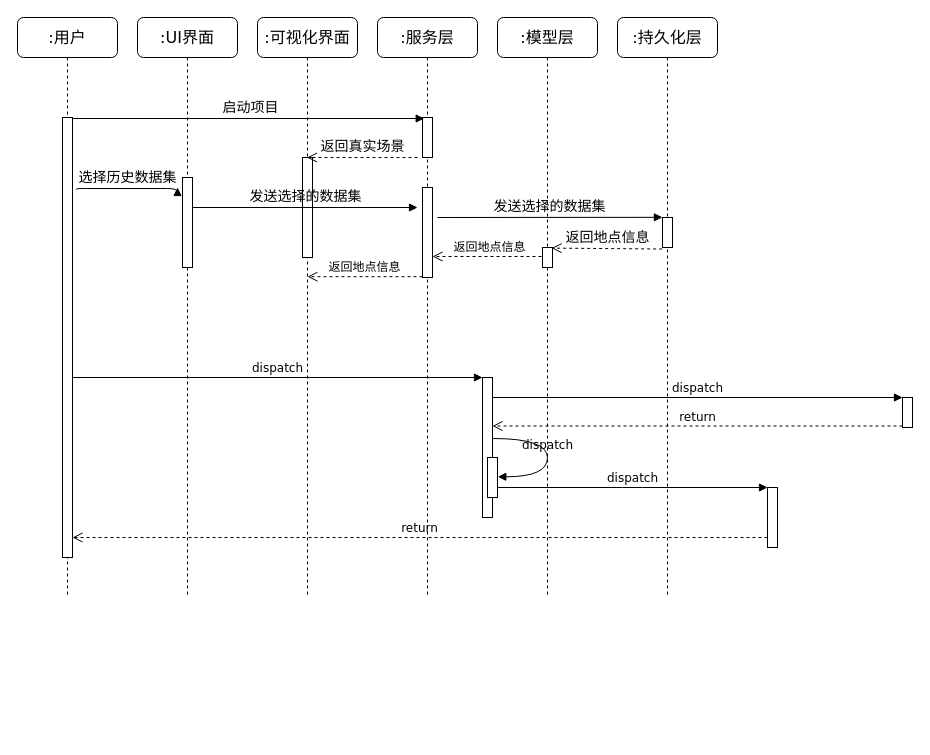
Above: graduation_project_sequence_image.drawio in Kakoyi945/cloud (draw.io), before the change. Source tidied: cells renumbered, new cells numbered last; positions are measured from the earlier drawing's top-left corner, leaving out a move shared by most shapes. Both pictures are drawn from the tidied source at 100%, with x=0, y=0 at pixel (17, 17).
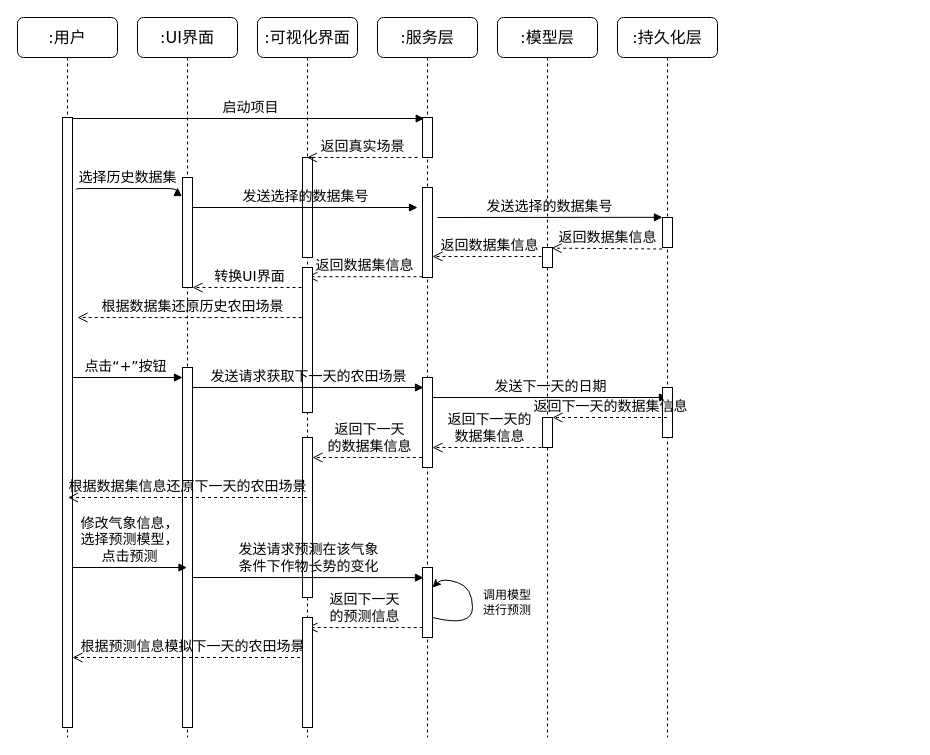
The same page after the edit.

The change refers to these unchanged cells:
```xml
<mxCell id="12" style="html=1;points=[];perimeter=orthogonalPerimeter;rounded=0;shadow=0;comic=0;labelBackgroundColor=none;strokeWidth=1;fontFamily=Verdana;fontSize=12;align=center;" parent="11" vertex="1">
  <mxGeometry x="45" y="230" width="10" height="20" as="geometry" />
</mxCell>
<mxCell id="14" style="html=1;points=[];perimeter=orthogonalPerimeter;rounded=0;shadow=0;comic=0;labelBackgroundColor=none;strokeWidth=1;fontFamily=Verdana;fontSize=12;align=center;" parent="13" vertex="1">
  <mxGeometry x="45" y="200" width="10" height="30" as="geometry" />
</mxCell>
```

Change to the diagram source:
```diff
@@
     <mxCell id="2" value="&lt;font style=&quot;font-size: 16px;&quot;&gt;:UI界面&lt;/font&gt;" style="shape=umlLifeline;perimeter=lifelinePerimeter;whiteSpace=wrap;html=1;rounded=1;shadow=0;comic=0;labelBackgroundColor=none;strokeWidth=1;fontFamily=Verdana;fontSize=12;align=center;" parent="1" vertex="1">
-      <mxGeometry x="120" width="100" height="580" as="geometry" />
+      <mxGeometry x="120" width="100" height="720" as="geometry" />
     </mxCell>
     <mxCell id="3" style="html=1;perimeter=orthogonalPerimeter;rounded=0;shadow=0;comic=0;labelBackgroundColor=none;strokeWidth=1;fontFamily=Verdana;fontSize=12;align=center;" parent="2" vertex="1">
-      <mxGeometry x="45" y="160" width="10" height="90" as="geometry" />
+      <mxGeometry x="45" y="160" width="10" height="110" as="geometry" />
     </mxCell>
+    <mxCell id="33" value="&lt;font style=&quot;font-size: 14px;&quot;&gt;转换UI界面&lt;/font&gt;" style="html=1;verticalAlign=bottom;endArrow=open;dashed=1;endSize=8;labelBackgroundColor=none;fontFamily=Verdana;fontSize=12;" parent="2" edge="1">
+      <mxGeometry relative="1" as="geometry">
+        <mxPoint x="170" y="270" as="sourcePoint" />
+        <mxPoint x="55" y="270" as="targetPoint" />
+      </mxGeometry>
+    </mxCell>
+    <mxCell id="34" value="&lt;span style=&quot;font-size: 14px;&quot;&gt;根据数据集还原历史农田场景&lt;/span&gt;" style="html=1;verticalAlign=bottom;endArrow=open;dashed=1;endSize=8;labelBackgroundColor=none;fontFamily=Verdana;fontSize=12;" parent="2" edge="1">
+      <mxGeometry relative="1" as="geometry">
+        <mxPoint x="170.2" y="300" as="sourcePoint" />
+        <mxPoint x="-60" y="300" as="targetPoint" />
+      </mxGeometry>
+    </mxCell>
+    <mxCell id="35" style="html=1;perimeter=orthogonalPerimeter;rounded=0;shadow=0;comic=0;labelBackgroundColor=none;strokeWidth=1;fontFamily=Verdana;fontSize=12;align=center;" parent="2" vertex="1">
+      <mxGeometry x="45" y="350" width="10" height="360" as="geometry" />
+    </mxCell>
+    <mxCell id="18" value="&lt;font style=&quot;font-size: 14px;&quot;&gt;点击“+”按钮&lt;/font&gt;" style="html=1;verticalAlign=bottom;endArrow=block;labelBackgroundColor=none;fontFamily=Verdana;fontSize=12;" parent="2" edge="1">
+      <mxGeometry relative="1" as="geometry">
+        <mxPoint x="-69.5" y="360" as="sourcePoint" />
+        <mxPoint x="45" y="360" as="targetPoint" />
+      </mxGeometry>
+    </mxCell>
     <mxCell id="4" value="&lt;font style=&quot;font-size: 16px;&quot;&gt;:可视化界面&lt;/font&gt;" style="shape=umlLifeline;perimeter=lifelinePerimeter;whiteSpace=wrap;html=1;outlineConnect=0;rounded=1;shadow=0;comic=0;labelBackgroundColor=none;strokeWidth=1;fontFamily=Verdana;fontSize=12;align=center;" parent="1" vertex="1">
-      <mxGeometry x="240" width="100" height="580" as="geometry" />
+      <mxGeometry x="240" width="100" height="720" as="geometry" />
     </mxCell>
@@
-    <mxCell id="6" value="返回地点信息" style="html=1;verticalAlign=bottom;endArrow=open;dashed=1;endSize=8;exitX=0;exitY=0.95;labelBackgroundColor=none;fontFamily=Verdana;fontSize=12;" parent="4" edge="1">
+    <mxCell id="6" value="&lt;font style=&quot;font-size: 14px;&quot;&gt;返回数据集信息&lt;/font&gt;" style="html=1;verticalAlign=bottom;endArrow=open;dashed=1;endSize=8;exitX=0;exitY=0.95;labelBackgroundColor=none;fontFamily=Verdana;fontSize=12;" parent="4" edge="1">
       <mxGeometry relative="1" as="geometry">
         <mxPoint x="165" y="259.2" as="sourcePoint" />
         <mxPoint x="50" y="259.2" as="targetPoint" />
       </mxGeometry>
     </mxCell>
+    <mxCell id="36" style="html=1;perimeter=orthogonalPerimeter;rounded=0;shadow=0;comic=0;labelBackgroundColor=none;strokeWidth=1;fontFamily=Verdana;fontSize=12;align=center;" parent="4" vertex="1">
+      <mxGeometry x="45" y="420" width="10" height="160" as="geometry" />
+    </mxCell>
+    <mxCell id="37" value="&lt;span style=&quot;font-size: 14px;&quot;&gt;返回下一天&lt;/span&gt;&lt;div&gt;&lt;span style=&quot;font-size: 14px;&quot;&gt;的数据集信息&lt;/span&gt;&lt;/div&gt;" style="html=1;verticalAlign=bottom;endArrow=open;dashed=1;endSize=8;labelBackgroundColor=none;fontFamily=Verdana;fontSize=12;" parent="4" edge="1">
+      <mxGeometry relative="1" as="geometry">
+        <mxPoint x="170.4" y="440" as="sourcePoint" />
+        <mxPoint x="55" y="440" as="targetPoint" />
+      </mxGeometry>
+    </mxCell>
+    <mxCell id="38" style="html=1;perimeter=orthogonalPerimeter;rounded=0;shadow=0;comic=0;labelBackgroundColor=none;strokeWidth=1;fontFamily=Verdana;fontSize=12;align=center;" parent="4" vertex="1">
+      <mxGeometry x="45" y="250" width="10" height="145" as="geometry" />
+    </mxCell>
+    <mxCell id="39" value="&lt;font style=&quot;font-size: 14px;&quot;&gt;发送请求获取下一天的农田场景&lt;/font&gt;" style="html=1;verticalAlign=bottom;endArrow=block;labelBackgroundColor=none;fontFamily=Verdana;fontSize=12;entryX=0.067;entryY=0.244;entryDx=0;entryDy=0;entryPerimeter=0;" parent="4" edge="1">
+      <mxGeometry relative="1" as="geometry">
+        <mxPoint x="-65" y="370" as="sourcePoint" />
+        <mxPoint x="166" y="370" as="targetPoint" />
+      </mxGeometry>
+    </mxCell>
+    <mxCell id="40" value="&lt;span style=&quot;font-size: 14px;&quot;&gt;返回下一天&lt;/span&gt;&lt;div&gt;&lt;span style=&quot;font-size: 14px;&quot;&gt;的预测信息&lt;/span&gt;&lt;/div&gt;" style="html=1;verticalAlign=bottom;endArrow=open;dashed=1;endSize=8;labelBackgroundColor=none;fontFamily=Verdana;fontSize=12;" parent="4" edge="1">
+      <mxGeometry relative="1" as="geometry">
+        <mxPoint x="165.2" y="610" as="sourcePoint" />
+        <mxPoint x="50" y="610" as="targetPoint" />
+      </mxGeometry>
+    </mxCell>
     <mxCell id="7" value="&lt;font style=&quot;font-size: 16px;&quot;&gt;:服务层&lt;/font&gt;" style="shape=umlLifeline;perimeter=lifelinePerimeter;whiteSpace=wrap;html=1;rounded=1;shadow=0;comic=0;labelBackgroundColor=none;strokeWidth=1;fontFamily=Verdana;fontSize=12;align=center;" parent="1" vertex="1">
-      <mxGeometry x="360" width="100" height="580" as="geometry" />
+      <mxGeometry x="360" width="100" height="720" as="geometry" />
     </mxCell>
@@
-    <mxCell id="10" value="返回地点信息" style="html=1;verticalAlign=bottom;endArrow=open;dashed=1;endSize=8;exitX=0;exitY=0.95;labelBackgroundColor=none;fontFamily=Verdana;fontSize=12;" parent="7" edge="1">
+    <mxCell id="10" value="&lt;font style=&quot;font-size: 14px;&quot;&gt;返回数据集信息&lt;/font&gt;" style="html=1;verticalAlign=bottom;endArrow=open;dashed=1;endSize=8;exitX=0;exitY=0.95;labelBackgroundColor=none;fontFamily=Verdana;fontSize=12;" parent="7" edge="1">
       <mxGeometry relative="1" as="geometry">
         <mxPoint x="170" y="239" as="sourcePoint" />
         <mxPoint x="55" y="239" as="targetPoint" />
       </mxGeometry>
     </mxCell>
+    <mxCell id="41" style="html=1;perimeter=orthogonalPerimeter;rounded=0;shadow=0;comic=0;labelBackgroundColor=none;strokeWidth=1;fontFamily=Verdana;fontSize=12;align=center;" parent="7" vertex="1">
+      <mxGeometry x="45" y="360" width="10" height="90" as="geometry" />
+    </mxCell>
+    <mxCell id="42" value="&lt;font style=&quot;font-size: 14px;&quot;&gt;发送下一天的日期&lt;/font&gt;" style="html=1;verticalAlign=bottom;endArrow=block;labelBackgroundColor=none;fontFamily=Verdana;fontSize=12;entryX=0.5;entryY=0.2;entryDx=0;entryDy=0;entryPerimeter=0;" parent="7" edge="1" target="48">
+      <mxGeometry relative="1" as="geometry">
+        <mxPoint x="55" y="380" as="sourcePoint" />
+      </mxGeometry>
+    </mxCell>
+    <mxCell id="43" style="html=1;points=[];perimeter=orthogonalPerimeter;rounded=0;shadow=0;comic=0;labelBackgroundColor=none;strokeWidth=1;fontFamily=Verdana;fontSize=12;align=center;" parent="7" vertex="1">
+      <mxGeometry x="45" y="550" width="10" height="70" as="geometry" />
+    </mxCell>
+    <mxCell id="44" style="curved=1;endArrow=classic;html=1;rounded=0;" parent="7" edge="1">
+      <mxGeometry relative="1" as="geometry">
+        <mxPoint x="55" y="600" as="sourcePoint" />
+        <mxPoint x="55" y="570" as="targetPoint" />
+        <Array as="points">
+          <mxPoint x="95" y="610" />
+          <mxPoint x="95" y="570" />
+          <mxPoint x="65" y="560" />
+        </Array>
+      </mxGeometry>
+    </mxCell>
+    <mxCell id="45" value="&lt;span style=&quot;font-size: 14px;&quot;&gt;返回下一天的&lt;/span&gt;&lt;div&gt;&lt;span style=&quot;font-size: 14px;&quot;&gt;数据集信息&lt;/span&gt;&lt;/div&gt;" style="html=1;verticalAlign=bottom;endArrow=open;dashed=1;endSize=8;labelBackgroundColor=none;fontFamily=Verdana;fontSize=12;" parent="7" edge="1">
+      <mxGeometry relative="1" as="geometry">
+        <mxPoint x="170" y="430" as="sourcePoint" />
+        <mxPoint x="55" y="430" as="targetPoint" />
+      </mxGeometry>
+    </mxCell>
     <mxCell id="11" value="&lt;font style=&quot;font-size: 16px;&quot;&gt;:模型层&lt;/font&gt;" style="shape=umlLifeline;perimeter=lifelinePerimeter;whiteSpace=wrap;html=1;rounded=1;shadow=0;comic=0;labelBackgroundColor=none;strokeWidth=1;fontFamily=Verdana;fontSize=12;align=center;" parent="1" vertex="1">
-      <mxGeometry x="480" width="100" height="580" as="geometry" />
+      <mxGeometry x="480" width="100" height="720" as="geometry" />
     </mxCell>
@@
+    <mxCell id="46" value="调用模型进行预测" style="text;html=1;align=center;verticalAlign=middle;whiteSpace=wrap;rounded=0;" parent="11" vertex="1">
+      <mxGeometry x="-20" y="570" width="60" height="30" as="geometry" />
+    </mxCell>
+    <mxCell id="47" style="html=1;points=[];perimeter=orthogonalPerimeter;rounded=0;shadow=0;comic=0;labelBackgroundColor=none;strokeWidth=1;fontFamily=Verdana;fontSize=12;align=center;" parent="11" vertex="1">
+      <mxGeometry x="45" y="400" width="10" height="30" as="geometry" />
+    </mxCell>
     <mxCell id="13" value="&lt;font style=&quot;font-size: 16px;&quot;&gt;:持久化层&lt;/font&gt;" style="shape=umlLifeline;perimeter=lifelinePerimeter;whiteSpace=wrap;html=1;outlineConnect=0;rounded=1;shadow=0;comic=0;labelBackgroundColor=none;strokeWidth=1;fontFamily=Verdana;fontSize=12;align=center;" parent="1" vertex="1">
-      <mxGeometry x="600" width="100" height="580" as="geometry" />
+      <mxGeometry x="600" width="100" height="720" as="geometry" />
     </mxCell>
@@
+    <mxCell id="48" style="html=1;points=[];perimeter=orthogonalPerimeter;rounded=0;shadow=0;comic=0;labelBackgroundColor=none;strokeWidth=1;fontFamily=Verdana;fontSize=12;align=center;" parent="13" vertex="1">
+      <mxGeometry x="45" y="370" width="10" height="50" as="geometry" />
+    </mxCell>
     <mxCell id="15" value="&lt;font style=&quot;font-size: 16px;&quot;&gt;:用户&lt;/font&gt;" style="shape=umlLifeline;perimeter=lifelinePerimeter;whiteSpace=wrap;html=1;rounded=1;shadow=0;comic=0;labelBackgroundColor=none;strokeWidth=1;fontFamily=Verdana;fontSize=12;align=center;" parent="1" vertex="1">
-      <mxGeometry width="100" height="580" as="geometry" />
+      <mxGeometry width="100" height="720" as="geometry" />
     </mxCell>
     <mxCell id="16" style="html=1;points=[];perimeter=orthogonalPerimeter;rounded=0;shadow=0;comic=0;labelBackgroundColor=none;strokeWidth=1;fontFamily=Verdana;fontSize=12;align=center;" parent="15" vertex="1">
-      <mxGeometry x="45" y="100" width="10" height="440" as="geometry" />
+      <mxGeometry x="45" y="100" width="10" height="610" as="geometry" />
     </mxCell>
-    <mxCell id="17" style="html=1;points=[];perimeter=orthogonalPerimeter;rounded=0;shadow=0;comic=0;labelBackgroundColor=none;strokeWidth=1;fontFamily=Verdana;fontSize=12;align=center;" parent="1" vertex="1">
-      <mxGeometry x="465" y="360" width="10" height="140" as="geometry" />
-    </mxCell>
-    <mxCell id="18" value="dispatch" style="html=1;verticalAlign=bottom;endArrow=block;entryX=0;entryY=0;labelBackgroundColor=none;fontFamily=Verdana;fontSize=12;" parent="1" edge="1" source="16" target="17">
-      <mxGeometry relative="1" as="geometry" />
-    </mxCell>
-    <mxCell id="19" style="html=1;points=[];perimeter=orthogonalPerimeter;rounded=0;shadow=0;comic=0;labelBackgroundColor=none;strokeColor=#000000;strokeWidth=1;fillColor=#FFFFFF;fontFamily=Verdana;fontSize=12;fontColor=#000000;align=center;" parent="1" vertex="1">
-      <mxGeometry x="885" y="380" width="10" height="30" as="geometry" />
-    </mxCell>
-    <mxCell id="20" value="dispatch" style="html=1;verticalAlign=bottom;endArrow=block;entryX=0;entryY=0;labelBackgroundColor=none;fontFamily=Verdana;fontSize=12;" parent="1" edge="1" source="17" target="19">
-      <mxGeometry relative="1" as="geometry" />
-    </mxCell>
-    <mxCell id="21" value="return" style="html=1;verticalAlign=bottom;endArrow=open;dashed=1;endSize=8;exitX=0;exitY=0.95;labelBackgroundColor=none;fontFamily=Verdana;fontSize=12;" parent="1" edge="1" source="19" target="17">
-      <mxGeometry relative="1" as="geometry" />
-    </mxCell>
-    <mxCell id="22" style="html=1;points=[];perimeter=orthogonalPerimeter;rounded=0;shadow=0;comic=0;labelBackgroundColor=none;strokeWidth=1;fontFamily=Verdana;fontSize=12;align=center;" parent="1" vertex="1">
-      <mxGeometry x="750" y="470" width="10" height="60" as="geometry" />
-    </mxCell>
-    <mxCell id="23" value="dispatch" style="html=1;verticalAlign=bottom;endArrow=block;entryX=0;entryY=0;labelBackgroundColor=none;fontFamily=Verdana;fontSize=12;edgeStyle=elbowEdgeStyle;elbow=vertical;" parent="1" edge="1" source="26" target="22">
-      <mxGeometry relative="1" as="geometry" />
-    </mxCell>
-    <mxCell id="24" value="return" style="html=1;verticalAlign=bottom;endArrow=open;dashed=1;endSize=8;labelBackgroundColor=none;fontFamily=Verdana;fontSize=12;edgeStyle=elbowEdgeStyle;elbow=vertical;" parent="1" edge="1" source="22" target="16">
-      <mxGeometry relative="1" as="geometry">
-        <Array as="points">
-          <mxPoint x="450" y="520" />
-        </Array>
-      </mxGeometry>
-    </mxCell>
+    <mxCell id="49" value="&lt;span style=&quot;font-size: 14px;&quot;&gt;修改气象信息，&lt;/span&gt;&lt;div&gt;&lt;span style=&quot;font-size: 14px;&quot;&gt;选择预测模型，&lt;/span&gt;&lt;/div&gt;&lt;div&gt;&lt;span style=&quot;font-size: 14px;&quot;&gt;点击预测&lt;/span&gt;&lt;/div&gt;" style="html=1;verticalAlign=bottom;endArrow=block;labelBackgroundColor=none;fontFamily=Verdana;fontSize=12;" parent="15" edge="1">
+      <mxGeometry relative="1" as="geometry">
+        <mxPoint x="55" y="550" as="sourcePoint" />
+        <mxPoint x="169.5" y="550" as="targetPoint" />
+      </mxGeometry>
+    </mxCell>
+    <mxCell id="50" value="&lt;span style=&quot;font-size: 14px;&quot;&gt;根据预测信息模拟下一天的农田场景&lt;/span&gt;" style="html=1;verticalAlign=bottom;endArrow=open;dashed=1;endSize=8;labelBackgroundColor=none;fontFamily=Verdana;fontSize=12;" parent="15" edge="1">
+      <mxGeometry relative="1" as="geometry">
+        <mxPoint x="294.5" y="640" as="sourcePoint" />
+        <mxPoint x="55" y="640" as="targetPoint" />
+      </mxGeometry>
+    </mxCell>
@@
-    <mxCell id="26" style="html=1;points=[];perimeter=orthogonalPerimeter;rounded=0;shadow=0;comic=0;labelBackgroundColor=none;strokeWidth=1;fontFamily=Verdana;fontSize=12;align=center;" parent="1" vertex="1">
-      <mxGeometry x="470" y="440" width="10" height="40" as="geometry" />
-    </mxCell>
-    <mxCell id="27" value="dispatch" style="html=1;verticalAlign=bottom;endArrow=block;labelBackgroundColor=none;fontFamily=Verdana;fontSize=12;elbow=vertical;edgeStyle=orthogonalEdgeStyle;curved=1;entryX=1;entryY=0.286;entryPerimeter=0;exitX=1.038;exitY=0.345;exitPerimeter=0;" parent="1" edge="1">
-      <mxGeometry relative="1" as="geometry">
-        <mxPoint x="475.3" y="421" as="sourcePoint" />
-        <mxPoint x="480.3" y="459.3" as="targetPoint" />
-        <Array as="points">
-          <mxPoint x="530" y="421" />
-          <mxPoint x="530" y="459" />
-        </Array>
-      </mxGeometry>
-    </mxCell>
@@
-    <mxCell id="29" value="&lt;font style=&quot;font-size: 14px;&quot;&gt;发送选择的数据集&lt;/font&gt;" style="html=1;verticalAlign=bottom;endArrow=block;labelBackgroundColor=none;fontFamily=Verdana;fontSize=12;" parent="1" edge="1">
+    <mxCell id="29" value="&lt;font style=&quot;font-size: 14px;&quot;&gt;发送选择的数据集号&lt;/font&gt;" style="html=1;verticalAlign=bottom;endArrow=block;labelBackgroundColor=none;fontFamily=Verdana;fontSize=12;" parent="1" edge="1">
       <mxGeometry relative="1" as="geometry">
         <mxPoint x="175" y="190" as="sourcePoint" />
         <mxPoint x="400" y="190" as="targetPoint" />
       </mxGeometry>
     </mxCell>
-    <mxCell id="30" value="&lt;font style=&quot;font-size: 14px;&quot;&gt;发送选择的数据集&lt;/font&gt;" style="html=1;verticalAlign=bottom;endArrow=block;labelBackgroundColor=none;fontFamily=Verdana;fontSize=12;entryX=-0.004;entryY=-0.006;entryDx=0;entryDy=0;entryPerimeter=0;" parent="1" edge="1" target="14">
+    <mxCell id="30" value="&lt;font style=&quot;font-size: 14px;&quot;&gt;发送选择的数据集号&lt;/font&gt;" style="html=1;verticalAlign=bottom;endArrow=block;labelBackgroundColor=none;fontFamily=Verdana;fontSize=12;entryX=-0.004;entryY=-0.006;entryDx=0;entryDy=0;entryPerimeter=0;" parent="1" edge="1" target="14">
       <mxGeometry relative="1" as="geometry">
         <mxPoint x="420" y="200" as="sourcePoint" />
       </mxGeometry>
     </mxCell>
@@
-    <mxCell id="32" value="&lt;font style=&quot;font-size: 14px;&quot;&gt;返回地点信息&lt;/font&gt;" style="html=1;verticalAlign=bottom;endArrow=open;dashed=1;endSize=8;labelBackgroundColor=none;fontFamily=Verdana;fontSize=12;entryX=0.906;entryY=0.031;entryDx=0;entryDy=0;entryPerimeter=0;exitX=-0.033;exitY=1.05;exitDx=0;exitDy=0;exitPerimeter=0;" parent="1" edge="1" source="14" target="12">
+    <mxCell id="32" value="&lt;font style=&quot;font-size: 14px;&quot;&gt;返回数据集信息&lt;/font&gt;" style="html=1;verticalAlign=bottom;endArrow=open;dashed=1;endSize=8;labelBackgroundColor=none;fontFamily=Verdana;fontSize=12;entryX=0.906;entryY=0.031;entryDx=0;entryDy=0;entryPerimeter=0;exitX=-0.033;exitY=1.05;exitDx=0;exitDy=0;exitPerimeter=0;" parent="1" edge="1" source="14" target="12">
       <mxGeometry relative="1" as="geometry" />
     </mxCell>
+    <mxCell id="51" value="&lt;span style=&quot;font-size: 14px;&quot;&gt;根据数据集信息还原下一天的农田场景&lt;/span&gt;" style="html=1;verticalAlign=bottom;endArrow=open;dashed=1;endSize=8;labelBackgroundColor=none;fontFamily=Verdana;fontSize=12;" parent="1" edge="1" source="4">
+      <mxGeometry relative="1" as="geometry">
+        <mxPoint x="50.5" y="480" as="targetPoint" />
+      </mxGeometry>
+    </mxCell>
+    <mxCell id="52" value="&lt;font style=&quot;font-size: 14px;&quot;&gt;发送请求预测在该气象&lt;/font&gt;&lt;div&gt;&lt;font style=&quot;font-size: 14px;&quot;&gt;条件下作物长势的变化&lt;/font&gt;&lt;/div&gt;" style="html=1;verticalAlign=bottom;endArrow=block;labelBackgroundColor=none;fontFamily=Verdana;fontSize=12;entryX=0.1;entryY=0.145;entryDx=0;entryDy=0;entryPerimeter=0;" parent="1" edge="1" target="43">
+      <mxGeometry relative="1" as="geometry">
+        <mxPoint x="175" y="560" as="sourcePoint" />
+      </mxGeometry>
+    </mxCell>
+    <mxCell id="53" style="html=1;perimeter=orthogonalPerimeter;rounded=0;shadow=0;comic=0;labelBackgroundColor=none;strokeWidth=1;fontFamily=Verdana;fontSize=12;align=center;" parent="1" vertex="1">
+      <mxGeometry x="285" y="600" width="10" height="110" as="geometry" />
+    </mxCell>
+    <mxCell id="54" value="&lt;span style=&quot;font-size: 14px;&quot;&gt;返回下一天的数据集信息&lt;/span&gt;" style="html=1;verticalAlign=bottom;endArrow=open;dashed=1;endSize=8;labelBackgroundColor=none;fontFamily=Verdana;fontSize=12;" parent="1" edge="1" source="13" target="47">
+      <mxGeometry relative="1" as="geometry" />
+    </mxCell>
```
